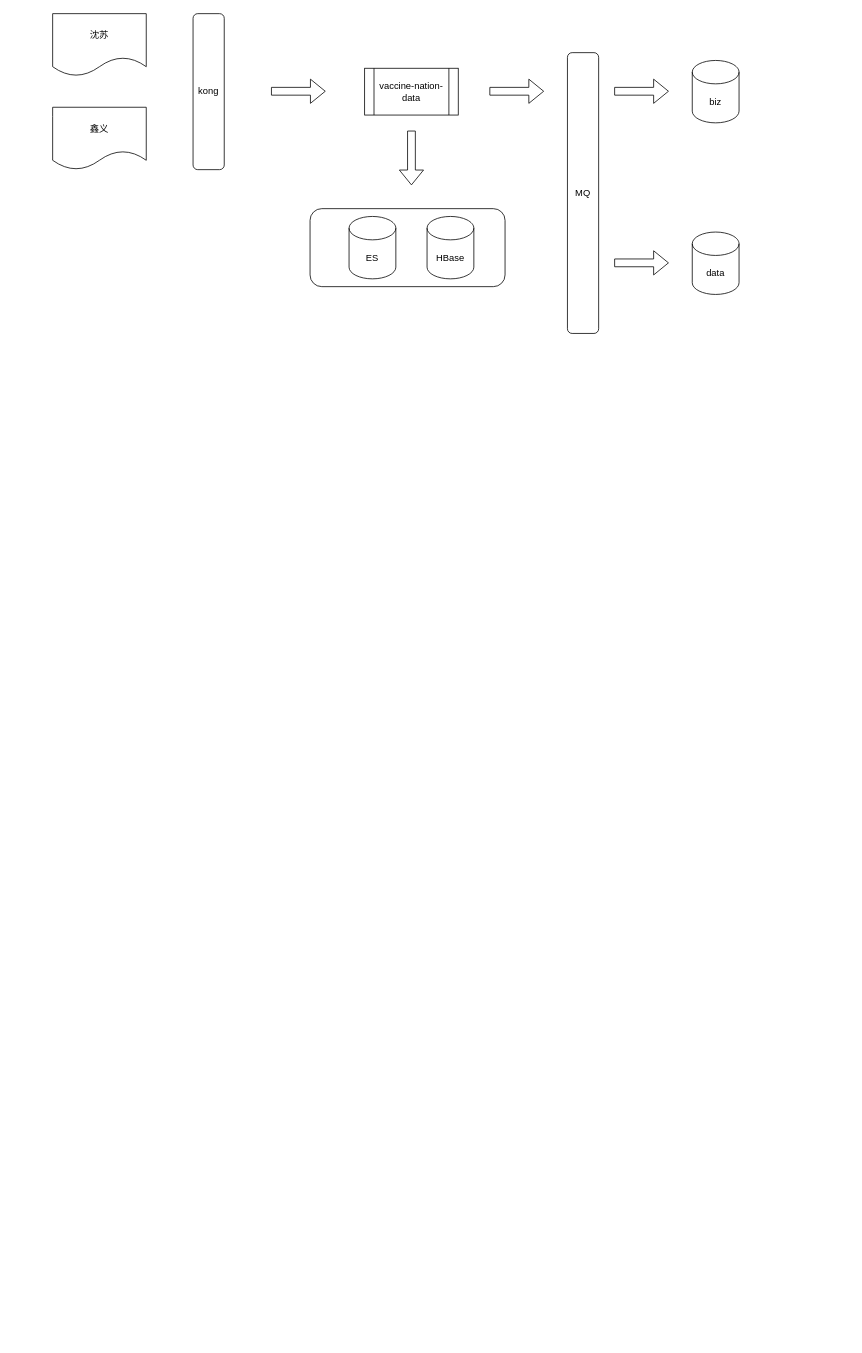
This is 新冠.drawio from wylyf3030/draw, a draw.io file, before an edit. Source tidied: cells renumbered, new cells numbered last; positions are measured from the earlier drawing's top-left corner, leaving out a move shared by most shapes. Both pictures are drawn from the tidied source at 78%, with x=0, y=0 at pixel (52, 13).
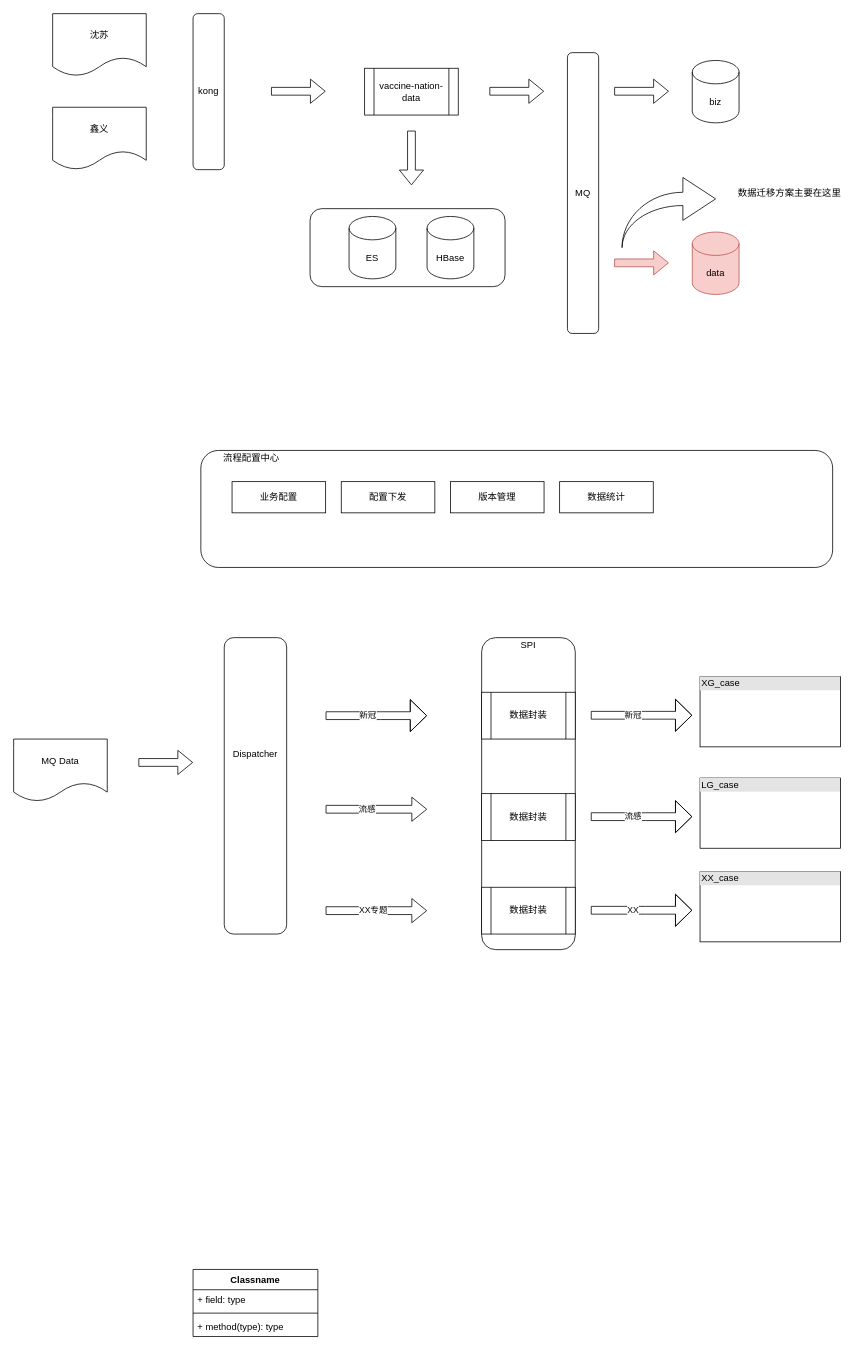
The same diagram, later.

The edit, as a diff of the source:
```diff
@@
-    <mxCell id="15" style="shape=flexArrow;endArrow=classic;html=1;" parent="1" edge="1">
+    <mxCell id="15" style="shape=flexArrow;endArrow=classic;html=1;fillColor=#f8cecc;strokeColor=#b85450;" parent="1" edge="1">
       <mxGeometry relative="1" as="geometry">
         <mxPoint x="720" y="319.5" as="sourcePoint" />
         <mxPoint x="790" y="319.5" as="targetPoint" />
       </mxGeometry>
     </mxCell>
-    <mxCell id="16" value="data" style="shape=cylinder3;whiteSpace=wrap;html=1;boundedLbl=1;backgroundOutline=1;size=15;" parent="1" vertex="1">
+    <mxCell id="16" value="data" style="shape=cylinder3;whiteSpace=wrap;html=1;boundedLbl=1;backgroundOutline=1;size=15;fillColor=#f8cecc;strokeColor=#b85450;" parent="1" vertex="1">
       <mxGeometry x="820" y="280" width="60" height="80" as="geometry" />
     </mxCell>
+    <mxCell id="17" value="MQ Data" style="shape=document;whiteSpace=wrap;html=1;boundedLbl=1;" parent="1" vertex="1">
+      <mxGeometry x="-50" y="930" width="120" height="80" as="geometry" />
+    </mxCell>
+    <mxCell id="18" style="rounded=1;whiteSpace=wrap;html=1;" parent="1" vertex="1">
+      <mxGeometry x="220" y="800" width="80" height="380" as="geometry" />
+    </mxCell>
+    <mxCell id="19" style="shape=flexArrow;endArrow=classic;html=1;" parent="1" edge="1">
+      <mxGeometry relative="1" as="geometry">
+        <mxPoint x="110" y="960" as="sourcePoint" />
+        <mxPoint x="180" y="960" as="targetPoint" />
+      </mxGeometry>
+    </mxCell>
+    <mxCell id="20" value="Dispatcher" style="text;html=1;strokeColor=none;fillColor=none;align=center;verticalAlign=middle;whiteSpace=wrap;rounded=0;" parent="1" vertex="1">
+      <mxGeometry x="240" y="940" width="40" height="20" as="geometry" />
+    </mxCell>
+    <mxCell id="21" style="shape=flexArrow;endArrow=classic;html=1;endWidth=30;endSize=6.67;strokeWidth=1;" parent="1" edge="1">
+      <mxGeometry relative="1" as="geometry">
+        <mxPoint x="350" y="900" as="sourcePoint" />
+        <mxPoint x="480" y="900" as="targetPoint" />
+        <Array as="points">
+          <mxPoint x="420" y="900" />
+        </Array>
+      </mxGeometry>
+    </mxCell>
+    <mxCell id="22" value="新冠" style="edgeLabel;html=1;align=center;verticalAlign=middle;" parent="21" vertex="1">
+      <mxGeometry x="-0.17" y="1" relative="1" as="geometry">
+        <mxPoint x="-1" as="offset" />
+      </mxGeometry>
+    </mxCell>
+    <mxCell id="23" style="shape=flexArrow;endArrow=classic;html=1;" parent="1" edge="1">
+      <mxGeometry relative="1" as="geometry">
+        <mxPoint x="350" y="1020" as="sourcePoint" />
+        <mxPoint x="480" y="1020" as="targetPoint" />
+      </mxGeometry>
+    </mxCell>
+    <mxCell id="24" value="流感" style="edgeLabel;html=1;align=center;verticalAlign=middle;" parent="23" vertex="1">
+      <mxGeometry x="-0.08" y="1" relative="1" as="geometry">
+        <mxPoint x="-8" as="offset" />
+      </mxGeometry>
+    </mxCell>
+    <mxCell id="25" style="shape=flexArrow;endArrow=classic;html=1;" parent="1" edge="1">
+      <mxGeometry relative="1" as="geometry">
+        <mxPoint x="350" y="1150" as="sourcePoint" />
+        <mxPoint x="480" y="1150" as="targetPoint" />
+      </mxGeometry>
+    </mxCell>
+    <mxCell id="26" value="XX专题" style="edgeLabel;html=1;align=center;verticalAlign=middle;" parent="25" vertex="1">
+      <mxGeometry x="-0.17" y="1" relative="1" as="geometry">
+        <mxPoint x="6" as="offset" />
+      </mxGeometry>
+    </mxCell>
+    <mxCell id="27" style="rounded=1;whiteSpace=wrap;html=1;" parent="1" vertex="1">
+      <mxGeometry x="550" y="800" width="120" height="400" as="geometry" />
+    </mxCell>
+    <mxCell id="28" value="SPI" style="text;html=1;strokeColor=none;fillColor=none;align=center;verticalAlign=middle;whiteSpace=wrap;rounded=0;" parent="1" vertex="1">
+      <mxGeometry x="590" y="800" width="40" height="20" as="geometry" />
+    </mxCell>
+    <mxCell id="29" value="数据封装" style="shape=process;whiteSpace=wrap;html=1;backgroundOutline=1;" parent="1" vertex="1">
+      <mxGeometry x="550" y="870" width="120" height="60" as="geometry" />
+    </mxCell>
+    <mxCell id="30" value="数据封装" style="shape=process;whiteSpace=wrap;html=1;backgroundOutline=1;" parent="1" vertex="1">
+      <mxGeometry x="550" y="1000" width="120" height="60" as="geometry" />
+    </mxCell>
+    <mxCell id="31" value="数据封装" style="shape=process;whiteSpace=wrap;html=1;backgroundOutline=1;" parent="1" vertex="1">
+      <mxGeometry x="550" y="1120" width="120" height="60" as="geometry" />
+    </mxCell>
+    <mxCell id="32" value="&lt;div style=&quot;box-sizing: border-box ; width: 100% ; background: #e4e4e4 ; padding: 2px&quot;&gt;XG_case&lt;/div&gt;&lt;table style=&quot;width: 100% ; font-size: 1em&quot; cellpadding=&quot;2&quot; cellspacing=&quot;0&quot;&gt;&lt;tbody&gt;&lt;tr&gt;&lt;td&gt;&lt;br&gt;&lt;/td&gt;&lt;td&gt;&lt;br&gt;&lt;/td&gt;&lt;/tr&gt;&lt;tr&gt;&lt;td&gt;&lt;br&gt;&lt;/td&gt;&lt;td&gt;&lt;br&gt;&lt;/td&gt;&lt;/tr&gt;&lt;/tbody&gt;&lt;/table&gt;" style="verticalAlign=top;align=left;overflow=fill;html=1;" parent="1" vertex="1">
+      <mxGeometry x="830" y="850" width="180" height="90" as="geometry" />
+    </mxCell>
+    <mxCell id="33" style="shape=flexArrow;endArrow=classic;html=1;endWidth=30;endSize=6.67;strokeWidth=1;" parent="1" edge="1">
+      <mxGeometry relative="1" as="geometry">
+        <mxPoint x="690" y="899.5" as="sourcePoint" />
+        <mxPoint x="820" y="899.5" as="targetPoint" />
+        <Array as="points">
+          <mxPoint x="760" y="899.5" />
+        </Array>
+      </mxGeometry>
+    </mxCell>
+    <mxCell id="34" value="新冠" style="edgeLabel;html=1;align=center;verticalAlign=middle;" parent="33" vertex="1">
+      <mxGeometry x="-0.17" y="1" relative="1" as="geometry">
+        <mxPoint x="-1" as="offset" />
+      </mxGeometry>
+    </mxCell>
+    <mxCell id="35" value="&lt;div style=&quot;box-sizing: border-box ; width: 100% ; background: #e4e4e4 ; padding: 2px&quot;&gt;LG_case&lt;/div&gt;&lt;table style=&quot;width: 100% ; font-size: 1em&quot; cellpadding=&quot;2&quot; cellspacing=&quot;0&quot;&gt;&lt;tbody&gt;&lt;tr&gt;&lt;td&gt;&lt;br&gt;&lt;/td&gt;&lt;td&gt;&lt;br&gt;&lt;/td&gt;&lt;/tr&gt;&lt;tr&gt;&lt;td&gt;&lt;br&gt;&lt;/td&gt;&lt;td&gt;&lt;br&gt;&lt;/td&gt;&lt;/tr&gt;&lt;/tbody&gt;&lt;/table&gt;" style="verticalAlign=top;align=left;overflow=fill;html=1;" parent="1" vertex="1">
+      <mxGeometry x="830" y="980" width="180" height="90" as="geometry" />
+    </mxCell>
+    <mxCell id="36" style="shape=flexArrow;endArrow=classic;html=1;endWidth=30;endSize=6.67;strokeWidth=1;" parent="1" edge="1">
+      <mxGeometry relative="1" as="geometry">
+        <mxPoint x="690" y="1029.5" as="sourcePoint" />
+        <mxPoint x="820" y="1029.5" as="targetPoint" />
+        <Array as="points">
+          <mxPoint x="760" y="1029.5" />
+        </Array>
+      </mxGeometry>
+    </mxCell>
+    <mxCell id="37" value="流感" style="edgeLabel;html=1;align=center;verticalAlign=middle;" parent="36" vertex="1">
+      <mxGeometry x="-0.17" y="1" relative="1" as="geometry">
+        <mxPoint x="-1" as="offset" />
+      </mxGeometry>
+    </mxCell>
+    <mxCell id="38" value="&lt;div style=&quot;box-sizing: border-box ; width: 100% ; background: #e4e4e4 ; padding: 2px&quot;&gt;XX_case&lt;/div&gt;&lt;table style=&quot;width: 100% ; font-size: 1em&quot; cellpadding=&quot;2&quot; cellspacing=&quot;0&quot;&gt;&lt;tbody&gt;&lt;tr&gt;&lt;td&gt;&lt;br&gt;&lt;/td&gt;&lt;td&gt;&lt;br&gt;&lt;/td&gt;&lt;/tr&gt;&lt;tr&gt;&lt;td&gt;&lt;br&gt;&lt;/td&gt;&lt;td&gt;&lt;br&gt;&lt;/td&gt;&lt;/tr&gt;&lt;/tbody&gt;&lt;/table&gt;" style="verticalAlign=top;align=left;overflow=fill;html=1;" parent="1" vertex="1">
+      <mxGeometry x="830" y="1100" width="180" height="90" as="geometry" />
+    </mxCell>
+    <mxCell id="39" style="shape=flexArrow;endArrow=classic;html=1;endWidth=30;endSize=6.67;strokeWidth=1;" parent="1" edge="1">
+      <mxGeometry relative="1" as="geometry">
+        <mxPoint x="690" y="1149.5" as="sourcePoint" />
+        <mxPoint x="820" y="1149.5" as="targetPoint" />
+        <Array as="points">
+          <mxPoint x="760" y="1149.5" />
+        </Array>
+      </mxGeometry>
+    </mxCell>
+    <mxCell id="40" value="XX" style="edgeLabel;html=1;align=center;verticalAlign=middle;" parent="39" vertex="1">
+      <mxGeometry x="-0.17" y="1" relative="1" as="geometry">
+        <mxPoint x="-1" as="offset" />
+      </mxGeometry>
+    </mxCell>
+    <mxCell id="41" style="rounded=1;whiteSpace=wrap;html=1;" parent="1" vertex="1">
+      <mxGeometry x="190" y="560" width="810" height="150" as="geometry" />
+    </mxCell>
+    <mxCell id="42" value="流程配置中心" style="text;html=1;strokeColor=none;fillColor=none;align=center;verticalAlign=middle;whiteSpace=wrap;rounded=0;" parent="1" vertex="1">
+      <mxGeometry x="210" y="560" width="90" height="20" as="geometry" />
+    </mxCell>
+    <mxCell id="43" value="业务配置" style="rounded=0;whiteSpace=wrap;html=1;" parent="1" vertex="1">
+      <mxGeometry x="230" y="600" width="120" height="40" as="geometry" />
+    </mxCell>
+    <mxCell id="44" value="配置下发" style="rounded=0;whiteSpace=wrap;html=1;" parent="1" vertex="1">
+      <mxGeometry x="370" y="600" width="120" height="40" as="geometry" />
+    </mxCell>
+    <mxCell id="45" value="版本管理" style="rounded=0;whiteSpace=wrap;html=1;" parent="1" vertex="1">
+      <mxGeometry x="510" y="600" width="120" height="40" as="geometry" />
+    </mxCell>
+    <mxCell id="46" value="数据统计" style="rounded=0;whiteSpace=wrap;html=1;" parent="1" vertex="1">
+      <mxGeometry x="650" y="600" width="120" height="40" as="geometry" />
+    </mxCell>
+    <mxCell id="47" value="Classname" style="swimlane;fontStyle=1;align=center;verticalAlign=top;horizontal=1;startSize=26;" parent="1" vertex="1">
+      <mxGeometry x="180" y="1610" width="160" height="86" as="geometry" />
+    </mxCell>
+    <mxCell id="48" value="+ field: type" style="text;strokeColor=none;fillColor=none;align=left;verticalAlign=top;spacingLeft=4;spacingRight=4;overflow=hidden;" parent="47" vertex="1">
+      <mxGeometry y="26" width="160" height="26" as="geometry" />
+    </mxCell>
+    <mxCell id="49" style="line;strokeWidth=1;fillColor=none;align=left;verticalAlign=middle;spacingTop=-1;spacingLeft=3;spacingRight=3;labelPosition=right;" parent="47" vertex="1">
+      <mxGeometry y="52" width="160" height="8" as="geometry" />
+    </mxCell>
+    <mxCell id="50" value="+ method(type): type" style="text;strokeColor=none;fillColor=none;align=left;verticalAlign=top;spacingLeft=4;spacingRight=4;overflow=hidden;" parent="47" vertex="1">
+      <mxGeometry y="60" width="160" height="26" as="geometry" />
+    </mxCell>
+    <mxCell id="51" style="html=1;shadow=0;dashed=0;align=center;verticalAlign=middle;shape=mxgraph.arrows2.jumpInArrow;dy=8.5;dx=42;arrowHead=55;" parent="1" vertex="1">
+      <mxGeometry x="730" y="210" width="120" height="90" as="geometry" />
+    </mxCell>
+    <mxCell id="52" value="数据迁移方案主要在这里" style="text;html=1;strokeColor=none;fillColor=none;align=center;verticalAlign=middle;whiteSpace=wrap;rounded=0;" parent="1" vertex="1">
+      <mxGeometry x="870" y="220" width="150" height="20" as="geometry" />
+    </mxCell>
```
